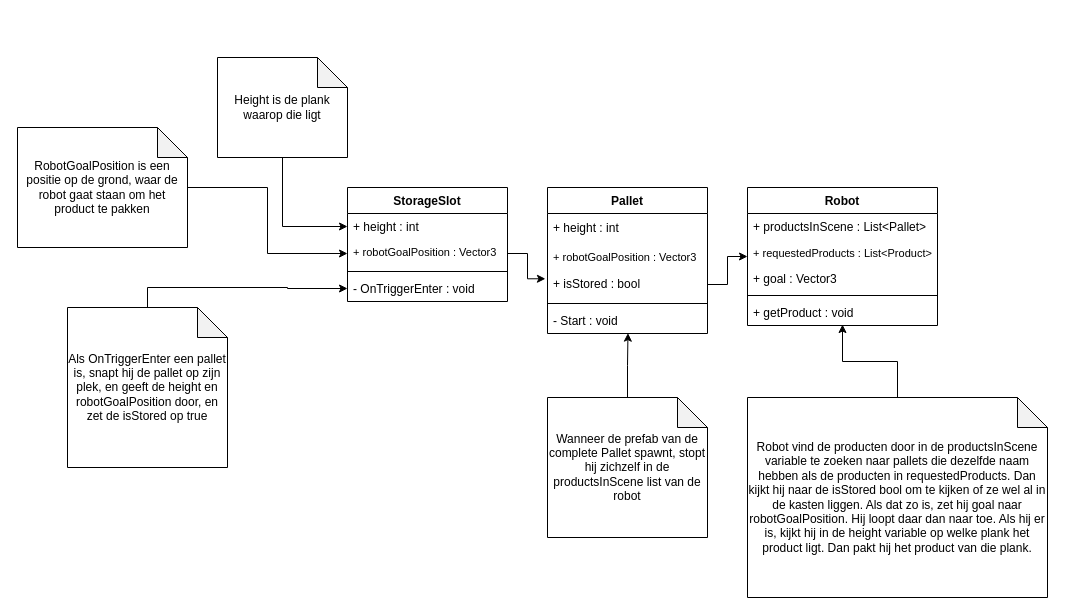
Earlier version of the draw.io diagram storage.drawio (NickSwitchSchool/VR-warehouse). Source tidied: cells renumbered, new cells numbered last; positions are measured from the earlier drawing's top-left corner, leaving out a move shared by most shapes. Both pictures are drawn from the tidied source at 100%, with x=0, y=0 at pixel (17, 57).
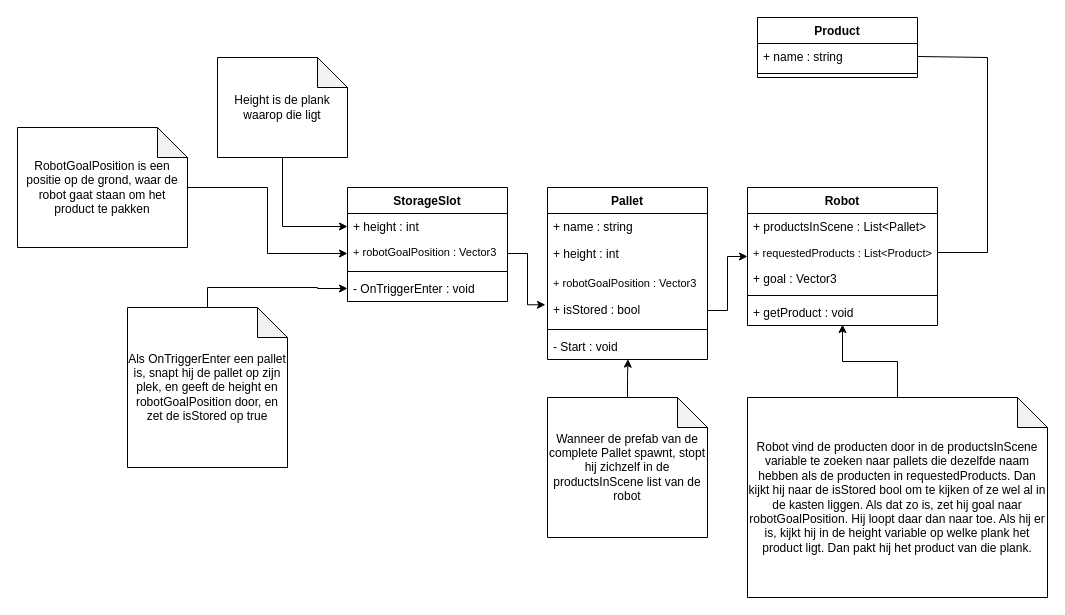
The same diagram, later.

Commit message:
product class toegevoegd in diagram

Unchanged cells that the change refers to:
```xml
<mxCell id="22" value="&lt;font style=&quot;font-size: 11px;&quot;&gt;+ requestedProducts : List&amp;lt;Product&amp;gt;&lt;/font&gt;" style="text;strokeColor=none;fillColor=none;align=left;verticalAlign=top;spacingLeft=4;spacingRight=4;overflow=hidden;points=[[0,0.5],[1,0.5]];portConstraint=eastwest;whiteSpace=wrap;html=1;" parent="20" vertex="1">
  <mxGeometry y="52" width="190" height="26" as="geometry" />
</mxCell>
```

What changed in the source:
```diff
@@
     <mxCell id="2" value="Pallet" style="swimlane;fontStyle=1;align=center;verticalAlign=top;horizontal=1;startSize=26;whiteSpace=wrap;html=1;" parent="1" vertex="1">
-      <mxGeometry x="530" y="130" width="160" height="146" as="geometry" />
+      <mxGeometry x="530" y="130" width="160" height="172" as="geometry" />
     </mxCell>
+    <mxCell id="31" value="+ name : string" style="text;strokeColor=none;fillColor=none;align=left;verticalAlign=top;spacingLeft=4;spacingRight=4;overflow=hidden;whiteSpace=wrap;html=1;" parent="2" vertex="1">
+      <mxGeometry y="26" width="160" height="26" as="geometry" />
+    </mxCell>
     <mxCell id="3" value="+ height : int" style="text;strokeColor=none;fillColor=none;align=left;verticalAlign=middle;spacingLeft=4;spacingRight=4;overflow=hidden;whiteSpace=wrap;html=1;" parent="2" vertex="1">
-      <mxGeometry y="26" width="160" height="30" as="geometry" />
+      <mxGeometry y="52" width="160" height="30" as="geometry" />
     </mxCell>
     <mxCell id="4" value="&lt;font style=&quot;font-size: 11px;&quot;&gt;+ robotGoalPosition : Vector3&lt;/font&gt;" style="text;strokeColor=none;fillColor=none;align=left;verticalAlign=top;spacingLeft=4;spacingRight=4;overflow=hidden;whiteSpace=wrap;html=1;" parent="2" vertex="1">
-      <mxGeometry y="56" width="160" height="26" as="geometry" />
+      <mxGeometry y="82" width="160" height="26" as="geometry" />
     </mxCell>
     <mxCell id="5" value="&lt;font style=&quot;font-size: 12px;&quot;&gt;+ isStored : bool&lt;/font&gt;" style="text;strokeColor=none;fillColor=none;align=left;verticalAlign=middle;spacingLeft=4;spacingRight=4;overflow=hidden;points=[[0,0.5],[1,0.5]];portConstraint=eastwest;whiteSpace=wrap;html=1;" parent="2" vertex="1">
-      <mxGeometry y="82" width="160" height="30" as="geometry" />
+      <mxGeometry y="108" width="160" height="30" as="geometry" />
     </mxCell>
     <mxCell id="6" style="line;strokeWidth=1;fillColor=none;align=left;verticalAlign=middle;spacingTop=-1;spacingLeft=3;spacingRight=3;labelPosition=right;strokeColor=inherit;" parent="2" vertex="1">
-      <mxGeometry y="112" width="160" height="8" as="geometry" />
+      <mxGeometry y="138" width="160" height="8" as="geometry" />
     </mxCell>
     <mxCell id="7" value="- Start : void" style="text;strokeColor=none;fillColor=none;align=left;verticalAlign=top;spacingLeft=4;spacingRight=4;overflow=hidden;points=[[0,0.5],[1,0.5]];portConstraint=eastwest;whiteSpace=wrap;html=1;" parent="2" vertex="1">
-      <mxGeometry y="120" width="160" height="26" as="geometry" />
+      <mxGeometry y="146" width="160" height="26" as="geometry" />
     </mxCell>
@@
     <mxCell id="15" value="Als OnTriggerEnter een pallet is, snapt hij de pallet op zijn plek, en geeft de height en robotGoalPosition door, en zet de isStored op true" style="shape=note;whiteSpace=wrap;html=1;backgroundOutline=1;darkOpacity=0.05;" parent="1" vertex="1">
-      <mxGeometry x="50" y="250" width="160" height="160" as="geometry" />
+      <mxGeometry x="110" y="250" width="160" height="160" as="geometry" />
     </mxCell>
@@
+    <mxCell id="32" value="Product" style="swimlane;fontStyle=1;align=center;verticalAlign=top;horizontal=1;startSize=26;whiteSpace=wrap;html=1;" parent="1" vertex="1">
+      <mxGeometry x="740" y="-40" width="160" height="60" as="geometry" />
+    </mxCell>
+    <mxCell id="33" value="+ name : string" style="text;strokeColor=none;fillColor=none;align=left;verticalAlign=top;spacingLeft=4;spacingRight=4;overflow=hidden;points=[[0,0.5],[1,0.5]];portConstraint=eastwest;whiteSpace=wrap;html=1;" parent="32" vertex="1">
+      <mxGeometry y="26" width="160" height="26" as="geometry" />
+    </mxCell>
+    <mxCell id="34" style="line;strokeWidth=1;fillColor=none;align=left;verticalAlign=middle;spacingTop=-1;spacingLeft=3;spacingRight=3;labelPosition=right;strokeColor=inherit;" parent="32" vertex="1">
+      <mxGeometry y="52" width="160" height="8" as="geometry" />
+    </mxCell>
+    <mxCell id="35" style="endArrow=none;html=1;rounded=0;exitX=1;exitY=0.5;exitDx=0;exitDy=0;entryX=1;entryY=0.5;entryDx=0;entryDy=0;" parent="1" edge="1" source="22" target="33">
+      <mxGeometry relative="1" as="geometry">
+        <Array as="points">
+          <mxPoint x="970" y="195" />
+          <mxPoint x="970" />
+        </Array>
+      </mxGeometry>
+    </mxCell>
```
